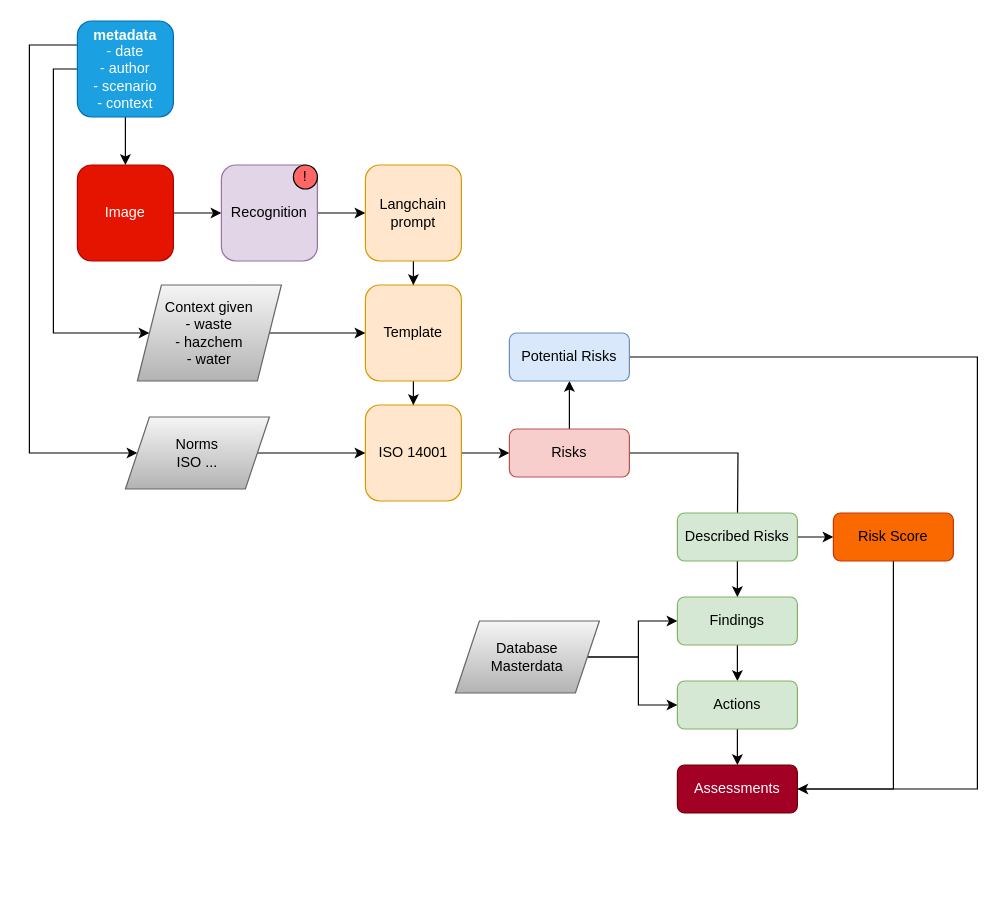
Before: Untitled Diagram.drawio in beeplaced/beeplaced, a draw.io diagram. Source tidied: cells renumbered, new cells numbered last; positions are measured from the earlier drawing's top-left corner, leaving out a move shared by most shapes. Both pictures are drawn from the tidied source at 120%, with x=0, y=0 at pixel (29, 20).
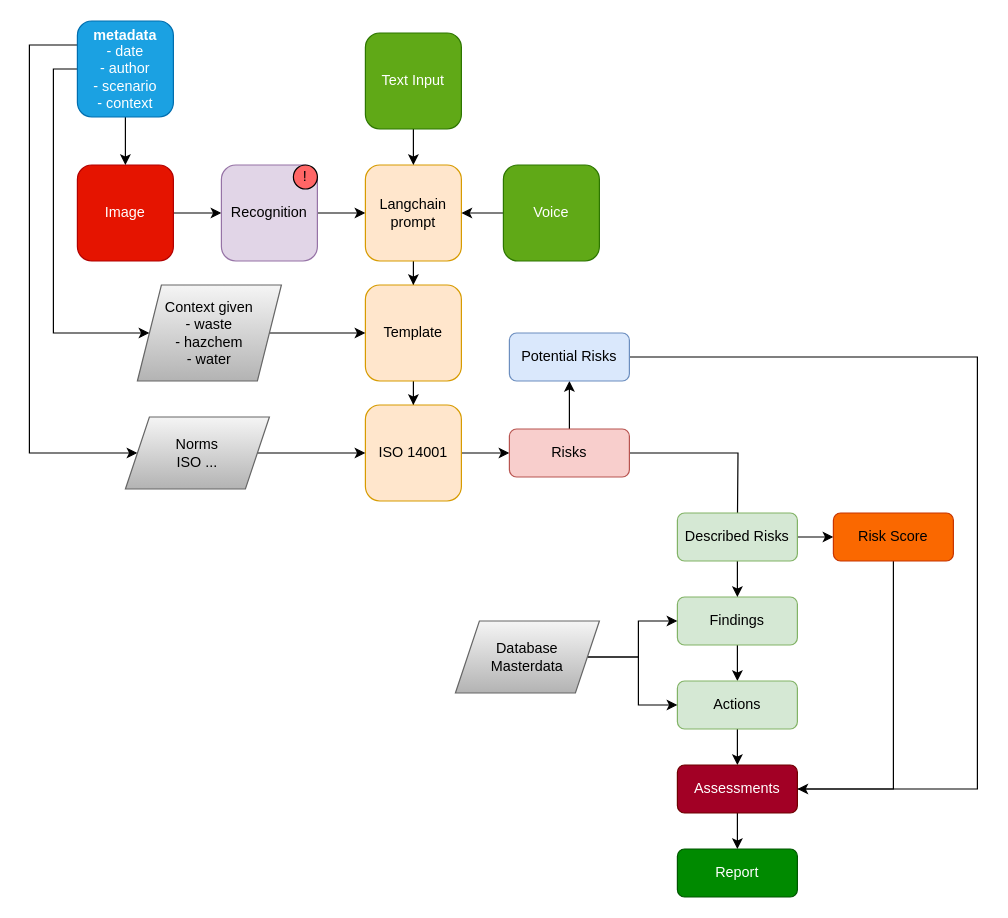
The same page after the edit.

The change refers to these unchanged cells:
```xml
<mxCell id="7" value="Langchain prompt" style="whiteSpace=wrap;html=1;rounded=1;fillColor=#ffe6cc;strokeColor=#d79b00;" parent="1" vertex="1">
  <mxGeometry x="280" y="120" width="80" height="80" as="geometry" />
</mxCell>
<mxCell id="32" value="Assessments" style="rounded=1;whiteSpace=wrap;html=1;fillColor=#a20025;strokeColor=#6F0000;fontColor=#ffffff;" parent="1" vertex="1">
  <mxGeometry x="540" y="620" width="100" height="40" as="geometry" />
</mxCell>
```

What changed in the source:
```diff
@@
+    <mxCell id="39" style="edgeStyle=orthogonalEdgeStyle;rounded=0;jettySize=auto;html=1;" parent="1" edge="1" source="32" target="40">
+      <mxGeometry relative="1" as="geometry" />
+    </mxCell>
@@
+    <mxCell id="40" value="Report" style="rounded=1;whiteSpace=wrap;html=1;fillColor=#008a00;strokeColor=#005700;fontColor=#ffffff;" parent="1" vertex="1">
+      <mxGeometry x="540" y="690" width="100" height="40" as="geometry" />
+    </mxCell>
+    <mxCell id="41" style="edgeStyle=orthogonalEdgeStyle;rounded=0;jettySize=auto;html=1;" parent="1" edge="1" source="42" target="7">
+      <mxGeometry relative="1" as="geometry" />
+    </mxCell>
+    <mxCell id="42" value="Voice" style="whiteSpace=wrap;html=1;rounded=1;fillColor=#60a917;strokeColor=#2D7600;fontColor=#ffffff;" parent="1" vertex="1">
+      <mxGeometry x="395" y="120" width="80" height="80" as="geometry" />
+    </mxCell>
+    <mxCell id="43" style="edgeStyle=orthogonalEdgeStyle;rounded=0;jettySize=auto;html=1;" parent="1" edge="1" source="44" target="7">
+      <mxGeometry relative="1" as="geometry" />
+    </mxCell>
+    <mxCell id="44" value="Text Input" style="whiteSpace=wrap;html=1;rounded=1;fillColor=#60a917;strokeColor=#2D7600;fontColor=#ffffff;" parent="1" vertex="1">
+      <mxGeometry x="280" y="10" width="80" height="80" as="geometry" />
+    </mxCell>
```
